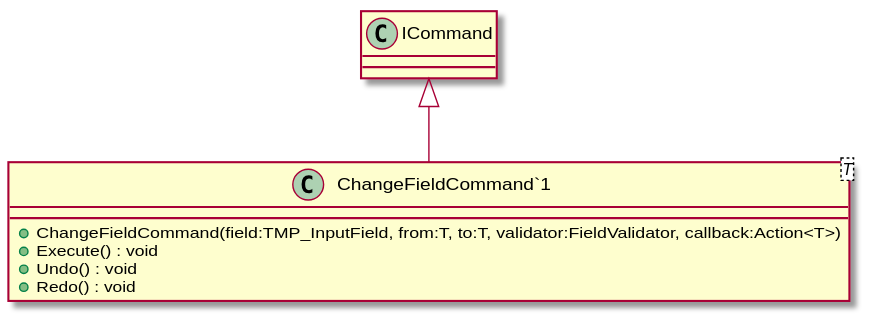
This is UML/Commands/ChangeFieldCommand.svg from streepje8/ToolDev2023, a PlantUML export, as it was before one commit. Its diagram source:
```plantuml
@startuml
class "ChangeFieldCommand`1"<T> {
    + ChangeFieldCommand(field:TMP_InputField, from:T, to:T, validator:FieldValidator, callback:Action<T>)
    + Execute() : void
    + Undo() : void
    + Redo() : void
}
ICommand <|-- "ChangeFieldCommand`1"
@enduml
```
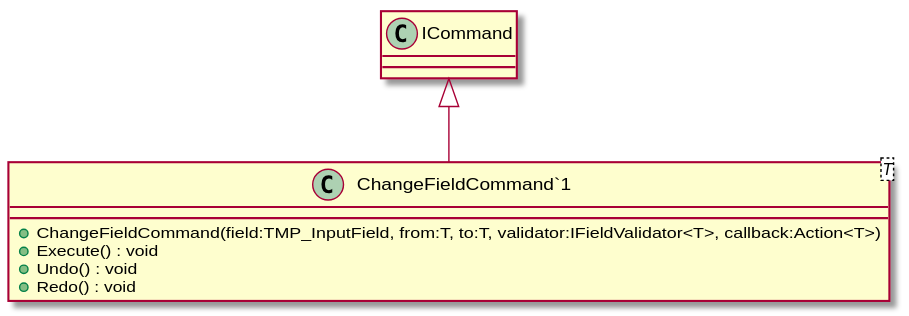
The same diagram one commit later.

What changed in the source:
```diff
@@ -1,6 +1,6 @@
 @startuml
 class "ChangeFieldCommand`1"<T> {
-    + ChangeFieldCommand(field:TMP_InputField, from:T, to:T, validator:FieldValidator, callback:Action<T>)
+    + ChangeFieldCommand(field:TMP_InputField, from:T, to:T, validator:IFieldValidator<T>, callback:Action<T>)
     + Execute() : void
     + Undo() : void
     + Redo() : void
```
